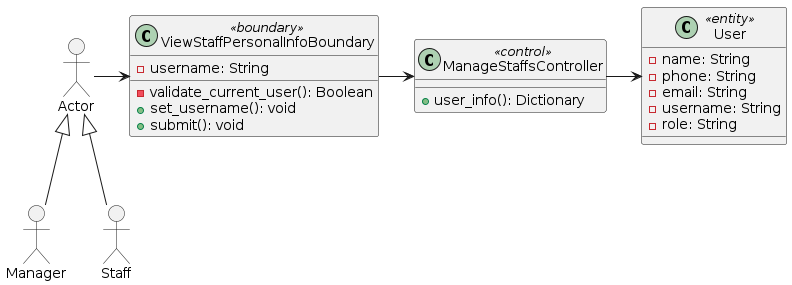
Above: docs/UML/Class Diagrams/view-staff-personal-info.png in LapTQ/MCT (PlantUML), before the change.
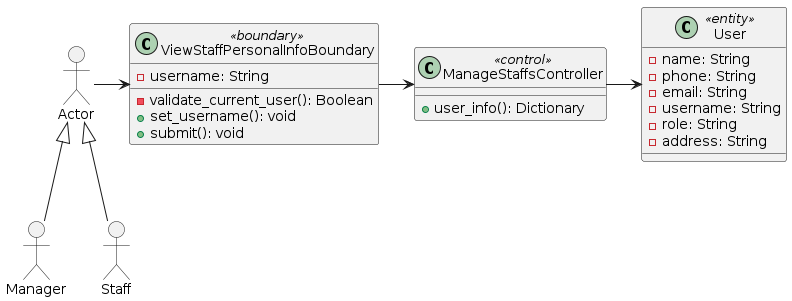
After the commit.

Diff of the diagram source:
```diff
@@ -25,6 +25,7 @@
     - email: String
     - username: String
     - role: String
+    - address: String
 }
 
 Manager -up-|> Actor
```
